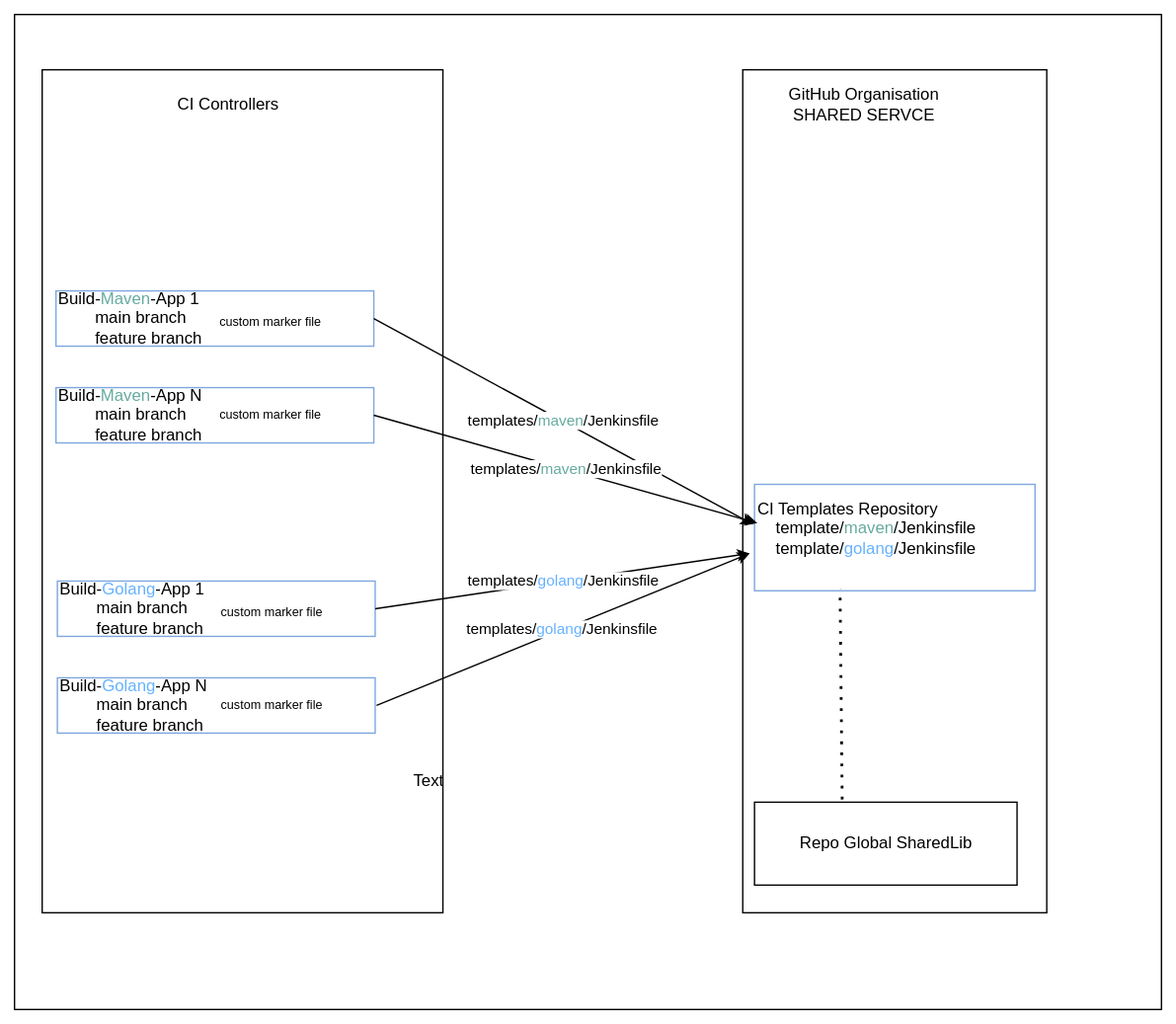
Above: images/CI-Diagramms-CustomMarkerFiles.svg in cb-ci-templates/ci-templates (draw.io), before the change. Source tidied: cells renumbered, new cells last; positions are measured from the earlier drawing's top-left corner, leaving out a move shared by most shapes.
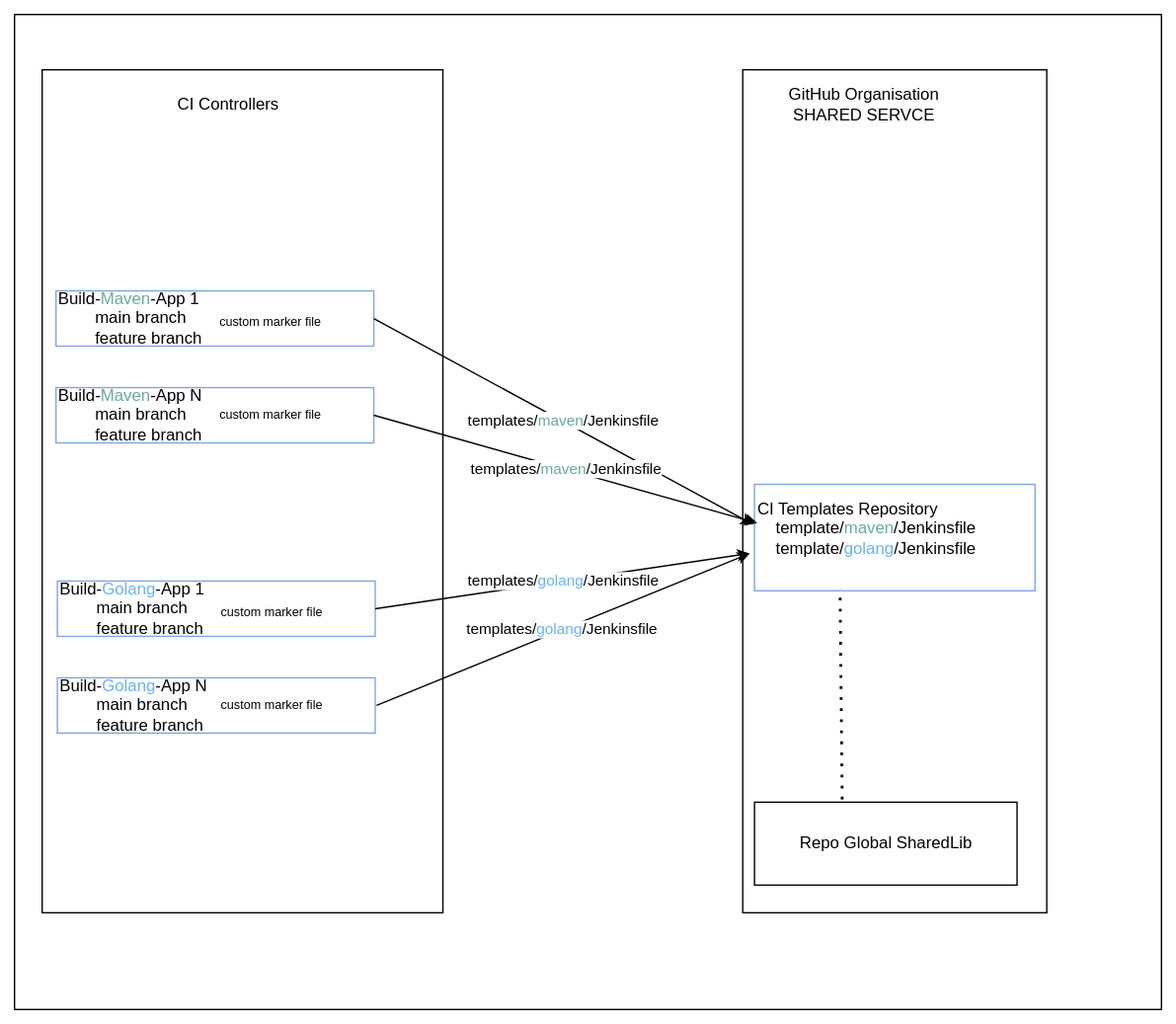
Later version of the same file.

Change to the diagram source:
```diff
@@ -61,9 +61,6 @@
     <mxCell id="19" style="endArrow=none;dashed=1;html=1;dashPattern=1 3;strokeWidth=2;rounded=0;exitX=0.334;exitY=-0.033;exitDx=0;exitDy=0;exitPerimeter=0;entryX=0.305;entryY=0.987;entryDx=0;entryDy=0;entryPerimeter=0;" parent="1" edge="1" source="18" target="7">
       <mxGeometry relative="1" as="geometry" />
     </mxCell>
-    <mxCell id="20" value="Text" style="text;html=1;align=center;verticalAlign=middle;whiteSpace=wrap;rounded=0;" parent="1" vertex="1">
-      <mxGeometry x="270" y="540" width="60" height="30" as="geometry" />
-    </mxCell>
     <mxCell id="21" value="GitHub Organisation&lt;br&gt;SHARED SERVCE" style="text;html=1;align=center;verticalAlign=middle;whiteSpace=wrap;rounded=0;" parent="1" vertex="1">
       <mxGeometry x="530" y="50" width="170" height="30" as="geometry" />
     </mxCell>
```
